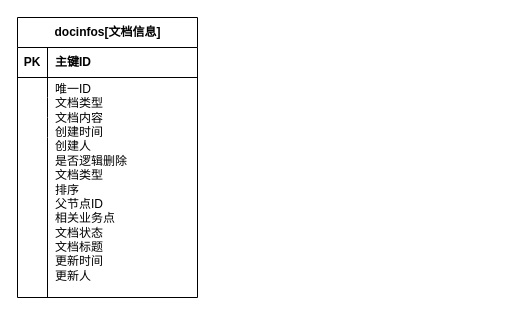
liyangyangi/dw keeps this draw.io diagram as 文档平台.drawio. Above is the earlier version. Source tidied: cells renumbered, new cells numbered last; positions are measured from the earlier drawing's top-left corner, leaving out a move shared by most shapes. Both pictures are drawn from the tidied source at 100%, with x=0, y=0 at pixel (17, 17).
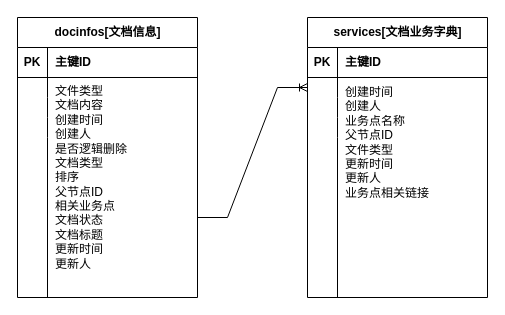
The same diagram, later.

Commit message:
更新文档平台.drawio

Diff of the diagram source:
```diff
@@
-    <mxCell id="28" value="&lt;div&gt;&lt;span style=&quot;background-color: initial;&quot;&gt;唯一ID&lt;/span&gt;&lt;/div&gt;&lt;div&gt;文档类型&lt;/div&gt;&lt;div&gt;文档内容&lt;/div&gt;&lt;div&gt;创建时间&lt;/div&gt;&lt;div&gt;创建人&lt;/div&gt;&lt;div&gt;是否逻辑删除&lt;/div&gt;&lt;div&gt;文档类型&lt;/div&gt;&lt;div&gt;排序&lt;/div&gt;&lt;div&gt;父节点ID&lt;/div&gt;&lt;div&gt;相关业务点&lt;/div&gt;&lt;div&gt;文档状态&lt;/div&gt;文档标题&lt;div&gt;更新时间&lt;/div&gt;&lt;div&gt;更新人&lt;/div&gt;" style="shape=partialRectangle;fillColor=none;top=0;left=0;bottom=0;right=0;align=left;spacingLeft=6;overflow=hidden;whiteSpace=wrap;html=1;" parent="1" vertex="1">
-      <mxGeometry x="30" y="60" width="150" height="210" as="geometry" />
+    <mxCell id="28" value="&lt;div&gt;&lt;span style=&quot;background-color: initial;&quot;&gt;文件类型&lt;/span&gt;&lt;/div&gt;&lt;div&gt;文档内容&lt;/div&gt;&lt;div&gt;创建时间&lt;/div&gt;&lt;div&gt;创建人&lt;/div&gt;&lt;div&gt;是否逻辑删除&lt;/div&gt;&lt;div&gt;文档类型&lt;/div&gt;&lt;div&gt;排序&lt;/div&gt;&lt;div&gt;父节点ID&lt;/div&gt;&lt;div&gt;相关业务点&lt;/div&gt;&lt;div&gt;文档状态&lt;/div&gt;文档标题&lt;div&gt;更新时间&lt;/div&gt;&lt;div&gt;更新人&lt;/div&gt;" style="shape=partialRectangle;fillColor=none;top=0;left=0;bottom=0;right=0;align=left;spacingLeft=6;overflow=hidden;whiteSpace=wrap;html=1;" parent="1" vertex="1">
+      <mxGeometry x="30" y="60" width="150" height="200" as="geometry" />
     </mxCell>
+    <mxCell id="29" value="services[文档业务字典]" style="shape=table;startSize=30;childLayout=tableLayout;rowLines=0;fontStyle=1;align=center;html=1;" parent="1" vertex="1">
+      <mxGeometry x="290" width="180" height="280" as="geometry" />
+    </mxCell>
+    <mxCell id="30" style="shape=tableRow;horizontal=0;startSize=0;swimlaneHead=0;swimlaneBody=0;fillColor=none;top=0;left=0;right=0;bottom=1;" parent="29" vertex="1">
+      <mxGeometry y="30" width="180" height="30" as="geometry" />
+    </mxCell>
+    <mxCell id="31" value="PK" style="shape=partialRectangle;fillColor=none;top=0;left=0;bottom=0;right=0;fontStyle=1;overflow=hidden;whiteSpace=wrap;html=1;" parent="30" vertex="1">
+      <mxGeometry width="30" height="30" as="geometry" />
+    </mxCell>
+    <mxCell id="32" value="主键ID" style="shape=partialRectangle;fillColor=none;top=0;left=0;bottom=0;right=0;align=left;spacingLeft=6;fontStyle=1;overflow=hidden;whiteSpace=wrap;html=1;" parent="30" vertex="1">
+      <mxGeometry x="30" width="150" height="30" as="geometry" />
+    </mxCell>
+    <mxCell id="33" style="shape=tableRow;horizontal=0;startSize=0;swimlaneHead=0;swimlaneBody=0;fillColor=none;points=[[0,0.5],[1,0.5]];portConstraint=eastwest;top=0;left=0;right=0;bottom=0;" parent="29" vertex="1">
+      <mxGeometry y="60" width="180" height="20" as="geometry" />
+    </mxCell>
+    <mxCell id="34" style="shape=partialRectangle;fillColor=none;top=0;left=0;bottom=0;right=0;overflow=hidden;whiteSpace=wrap;html=1;" parent="33" vertex="1">
+      <mxGeometry width="30" height="20" as="geometry" />
+    </mxCell>
+    <mxCell id="35" style="shape=partialRectangle;fillColor=none;top=0;left=0;bottom=0;right=0;align=left;spacingLeft=6;overflow=hidden;whiteSpace=wrap;html=1;" parent="33" vertex="1">
+      <mxGeometry x="30" width="150" height="20" as="geometry" />
+    </mxCell>
+    <mxCell id="36" style="shape=tableRow;horizontal=0;startSize=0;swimlaneHead=0;swimlaneBody=0;fillColor=none;top=0;left=0;right=0;bottom=0;verticalAlign=top;strokeColor=default;" parent="29" vertex="1">
+      <mxGeometry y="80" width="180" height="20" as="geometry" />
+    </mxCell>
+    <mxCell id="37" style="shape=partialRectangle;fillColor=none;top=0;left=0;bottom=0;right=0;overflow=hidden;whiteSpace=wrap;html=1;" parent="36" vertex="1">
+      <mxGeometry width="30" height="20" as="geometry" />
+    </mxCell>
+    <mxCell id="38" style="shape=partialRectangle;fillColor=none;top=0;left=0;bottom=0;right=0;align=left;spacingLeft=6;overflow=hidden;whiteSpace=wrap;html=1;" parent="36" vertex="1">
+      <mxGeometry x="30" width="150" height="20" as="geometry" />
+    </mxCell>
+    <mxCell id="39" style="shape=tableRow;horizontal=0;startSize=0;swimlaneHead=0;swimlaneBody=0;fillColor=none;top=0;left=0;right=0;bottom=0;" parent="29" vertex="1">
+      <mxGeometry y="100" width="180" height="20" as="geometry" />
+    </mxCell>
+    <mxCell id="40" style="shape=partialRectangle;fillColor=none;top=0;left=0;bottom=0;right=0;overflow=hidden;whiteSpace=wrap;html=1;" parent="39" vertex="1">
+      <mxGeometry width="30" height="20" as="geometry" />
+    </mxCell>
+    <mxCell id="41" style="shape=partialRectangle;fillColor=none;top=0;left=0;bottom=0;right=0;align=left;spacingLeft=6;overflow=hidden;whiteSpace=wrap;html=1;" parent="39" vertex="1">
+      <mxGeometry x="30" width="150" height="20" as="geometry" />
+    </mxCell>
+    <mxCell id="42" style="shape=partialRectangle;fillColor=none;top=0;left=0;bottom=0;right=0;overflow=hidden;whiteSpace=wrap;html=1;" parent="1" vertex="1">
+      <mxGeometry x="290" y="110" width="30" height="20" as="geometry" />
+    </mxCell>
+    <mxCell id="43" style="line;strokeWidth=1;direction=south;html=1;spacing=1;" parent="1" vertex="1">
+      <mxGeometry x="315" y="120" width="10" height="160" as="geometry" />
+    </mxCell>
+    <mxCell id="44" style="shape=tableRow;horizontal=0;startSize=0;swimlaneHead=0;swimlaneBody=0;fillColor=none;top=0;left=0;right=0;bottom=0;" parent="1" vertex="1">
+      <mxGeometry x="290" y="135" width="180" height="20" as="geometry" />
+    </mxCell>
+    <mxCell id="45" style="shape=partialRectangle;fillColor=none;top=0;left=0;bottom=0;right=0;overflow=hidden;whiteSpace=wrap;html=1;" parent="44" vertex="1">
+      <mxGeometry y="-9" width="30" height="20" as="geometry" />
+    </mxCell>
+    <mxCell id="46" style="shape=partialRectangle;fillColor=none;top=0;left=0;bottom=0;right=0;overflow=hidden;whiteSpace=wrap;html=1;" parent="1" vertex="1">
+      <mxGeometry x="290" y="93" width="30" height="20" as="geometry" />
+    </mxCell>
+    <mxCell id="47" style="shape=partialRectangle;fillColor=none;top=0;left=0;bottom=0;right=0;overflow=hidden;whiteSpace=wrap;html=1;" parent="1" vertex="1">
+      <mxGeometry x="290" y="77" width="30" height="20" as="geometry" />
+    </mxCell>
+    <mxCell id="48" style="shape=partialRectangle;fillColor=none;top=0;left=0;bottom=0;right=0;overflow=hidden;whiteSpace=wrap;html=1;" parent="1" vertex="1">
+      <mxGeometry x="290" y="140" width="30" height="20" as="geometry" />
+    </mxCell>
+    <mxCell id="49" style="shape=partialRectangle;fillColor=none;top=0;left=0;bottom=0;right=0;overflow=hidden;whiteSpace=wrap;html=1;" parent="1" vertex="1">
+      <mxGeometry x="290" y="155" width="30" height="20" as="geometry" />
+    </mxCell>
+    <mxCell id="50" style="shape=partialRectangle;fillColor=none;top=0;left=0;bottom=0;right=0;overflow=hidden;whiteSpace=wrap;html=1;" parent="1" vertex="1">
+      <mxGeometry x="290" y="169" width="30" height="20" as="geometry" />
+    </mxCell>
+    <mxCell id="51" style="shape=partialRectangle;fillColor=none;top=0;left=0;bottom=0;right=0;overflow=hidden;whiteSpace=wrap;html=1;" parent="1" vertex="1">
+      <mxGeometry x="290" y="184" width="30" height="20" as="geometry" />
+    </mxCell>
+    <mxCell id="52" style="shape=partialRectangle;fillColor=none;top=0;left=0;bottom=0;right=0;overflow=hidden;whiteSpace=wrap;html=1;" parent="1" vertex="1">
+      <mxGeometry x="290" y="200" width="30" height="20" as="geometry" />
+    </mxCell>
+    <mxCell id="53" style="shape=partialRectangle;fillColor=none;top=0;left=0;bottom=0;right=0;align=left;spacingLeft=6;overflow=hidden;whiteSpace=wrap;html=1;" parent="1" vertex="1">
+      <mxGeometry x="320" y="200" width="150" height="20" as="geometry" />
+    </mxCell>
+    <mxCell id="54" style="shape=partialRectangle;fillColor=none;top=0;left=0;bottom=0;right=0;overflow=hidden;whiteSpace=wrap;html=1;" parent="1" vertex="1">
+      <mxGeometry x="290" y="217" width="30" height="20" as="geometry" />
+    </mxCell>
+    <mxCell id="55" value="&lt;div&gt;&lt;span style=&quot;background-color: initial;&quot;&gt;创建时间&lt;/span&gt;&lt;/div&gt;&lt;div&gt;创建人&lt;/div&gt;&lt;div&gt;业务点名称&lt;/div&gt;&lt;div&gt;父节点ID&lt;/div&gt;&lt;div&gt;文件类型&lt;/div&gt;&lt;div&gt;更新时间&lt;/div&gt;&lt;div&gt;更新人&lt;/div&gt;&lt;div&gt;业务点相关链接&lt;/div&gt;" style="shape=partialRectangle;fillColor=none;top=0;left=0;bottom=0;right=0;align=left;spacingLeft=6;overflow=hidden;whiteSpace=wrap;html=1;" parent="1" vertex="1">
+      <mxGeometry x="320" y="60" width="150" height="130" as="geometry" />
+    </mxCell>
+    <mxCell id="56" style="edgeStyle=entityRelationEdgeStyle;fontSize=12;html=1;endArrow=ERoneToMany;rounded=0;entryX=0;entryY=0.5;entryDx=0;entryDy=0;" parent="1" edge="1" target="33">
+      <mxGeometry relative="1" as="geometry">
+        <mxPoint x="180" y="200" as="sourcePoint" />
+      </mxGeometry>
+    </mxCell>
```
